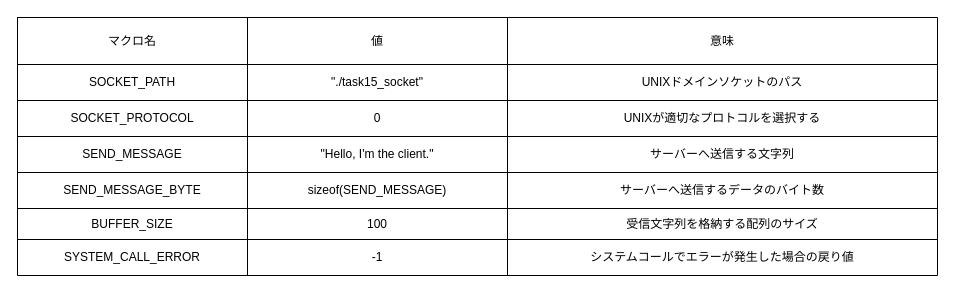
lkq9873/c-training keeps this draw.io diagram as page "外部情報" (2 of 2) of c-advanced/task15_client.drawio. Above is the earlier version. Source tidied: cells renumbered, new cells numbered last; positions are measured from the earlier drawing's top-left corner, leaving out a move shared by most shapes. Both pictures are drawn from the tidied source at 100%, with x=0, y=0 at pixel (17, 17).
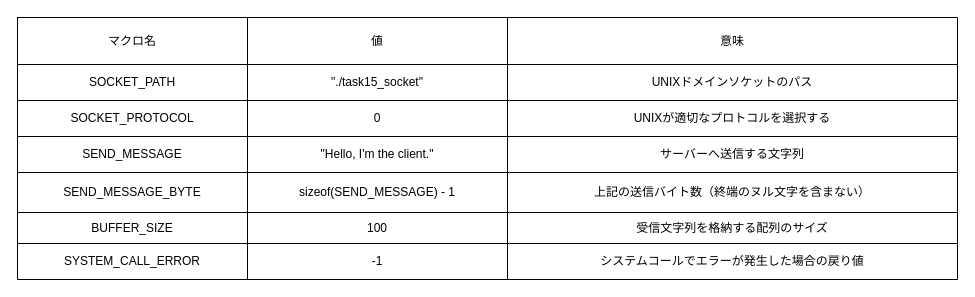
After the change.

What changed in the source:
```diff
@@
-    <mxCell id="0" />
-    <mxCell id="1" parent="0" />
-    <mxCell id="2" style="shape=table;startSize=0;childLayout=tableLayout;" parent="1" vertex="1">
-      <mxGeometry width="920" height="258" as="geometry" />
-    </mxCell>
-    <mxCell id="3" style="shape=tableRow;horizontal=0;startSize=0;swimlaneHead=0;swimlaneBody=0;strokeColor=inherit;top=0;left=0;bottom=0;right=0;fillColor=none;" parent="2" vertex="1">
-      <mxGeometry width="920" height="47" as="geometry" />
-    </mxCell>
+    <mxCell id="31" />
+    <mxCell id="32" parent="31" />
+    <mxCell id="33" style="shape=table;startSize=0;childLayout=tableLayout;" parent="32" vertex="1">
+      <mxGeometry width="940" height="262" as="geometry" />
+    </mxCell>
+    <mxCell id="34" style="shape=tableRow;horizontal=0;startSize=0;swimlaneHead=0;swimlaneBody=0;strokeColor=inherit;top=0;left=0;bottom=0;right=0;fillColor=none;" parent="33" vertex="1">
+      <mxGeometry width="940" height="47" as="geometry" />
+    </mxCell>
-    <mxCell id="4" value="マクロ名" style="shape=partialRectangle;html=1;whiteSpace=wrap;strokeColor=inherit;overflow=hidden;fillColor=none;top=0;left=0;bottom=0;right=0;" parent="3" vertex="1">
+    <mxCell id="4" value="マクロ名" style="shape=partialRectangle;html=1;whiteSpace=wrap;strokeColor=inherit;overflow=hidden;fillColor=none;top=0;left=0;bottom=0;right=0;" parent="34" vertex="1">
       <mxGeometry width="230" height="47" as="geometry" />
     </mxCell>
-    <mxCell id="5" value="値" style="shape=partialRectangle;html=1;whiteSpace=wrap;strokeColor=inherit;overflow=hidden;fillColor=none;top=0;left=0;bottom=0;right=0;" parent="3" vertex="1">
+    <mxCell id="5" value="値" style="shape=partialRectangle;html=1;whiteSpace=wrap;strokeColor=inherit;overflow=hidden;fillColor=none;top=0;left=0;bottom=0;right=0;" parent="34" vertex="1">
       <mxGeometry x="230" width="260" height="47" as="geometry" />
     </mxCell>
-    <mxCell id="6" value="意味" style="shape=partialRectangle;html=1;whiteSpace=wrap;strokeColor=inherit;overflow=hidden;fillColor=none;top=0;left=0;bottom=0;right=0;" parent="3" vertex="1">
-      <mxGeometry x="490" width="430" height="47" as="geometry" />
+    <mxCell id="6" value="意味" style="shape=partialRectangle;html=1;whiteSpace=wrap;strokeColor=inherit;overflow=hidden;fillColor=none;top=0;left=0;bottom=0;right=0;" parent="34" vertex="1">
+      <mxGeometry x="490" width="450" height="47" as="geometry" />
     </mxCell>
-    <mxCell id="7" style="shape=tableRow;horizontal=0;startSize=0;swimlaneHead=0;swimlaneBody=0;strokeColor=inherit;top=0;left=0;bottom=0;right=0;fillColor=none;" parent="2" vertex="1">
-      <mxGeometry y="47" width="920" height="36" as="geometry" />
-    </mxCell>
+    <mxCell id="35" style="shape=tableRow;horizontal=0;startSize=0;swimlaneHead=0;swimlaneBody=0;strokeColor=inherit;top=0;left=0;bottom=0;right=0;fillColor=none;" parent="33" vertex="1">
+      <mxGeometry y="47" width="940" height="36" as="geometry" />
+    </mxCell>
-    <mxCell id="8" value="SOCKET_PATH" style="shape=partialRectangle;html=1;whiteSpace=wrap;strokeColor=inherit;overflow=hidden;fillColor=none;top=0;left=0;bottom=0;right=0;" parent="7" vertex="1">
+    <mxCell id="8" value="SOCKET_PATH" style="shape=partialRectangle;html=1;whiteSpace=wrap;strokeColor=inherit;overflow=hidden;fillColor=none;top=0;left=0;bottom=0;right=0;" parent="35" vertex="1">
       <mxGeometry width="230" height="36" as="geometry" />
     </mxCell>
-    <mxCell id="9" value="&quot;./task15_socket&quot;" style="shape=partialRectangle;html=1;whiteSpace=wrap;strokeColor=inherit;overflow=hidden;fillColor=none;top=0;left=0;bottom=0;right=0;" parent="7" vertex="1">
+    <mxCell id="9" value="&quot;./task15_socket&quot;" style="shape=partialRectangle;html=1;whiteSpace=wrap;strokeColor=inherit;overflow=hidden;fillColor=none;top=0;left=0;bottom=0;right=0;" parent="35" vertex="1">
       <mxGeometry x="230" width="260" height="36" as="geometry" />
     </mxCell>
-    <mxCell id="10" value="UNIXドメインソケットのパス" style="shape=partialRectangle;html=1;whiteSpace=wrap;strokeColor=inherit;overflow=hidden;fillColor=none;top=0;left=0;bottom=0;right=0;" parent="7" vertex="1">
-      <mxGeometry x="490" width="430" height="36" as="geometry" />
+    <mxCell id="10" value="UNIXドメインソケットのパス" style="shape=partialRectangle;html=1;whiteSpace=wrap;strokeColor=inherit;overflow=hidden;fillColor=none;top=0;left=0;bottom=0;right=0;" parent="35" vertex="1">
+      <mxGeometry x="490" width="450" height="36" as="geometry" />
     </mxCell>
-    <mxCell id="11" style="shape=tableRow;horizontal=0;startSize=0;swimlaneHead=0;swimlaneBody=0;strokeColor=inherit;top=0;left=0;bottom=0;right=0;fillColor=none;" parent="2" vertex="1">
-      <mxGeometry y="83" width="920" height="36" as="geometry" />
-    </mxCell>
+    <mxCell id="36" style="shape=tableRow;horizontal=0;startSize=0;swimlaneHead=0;swimlaneBody=0;strokeColor=inherit;top=0;left=0;bottom=0;right=0;fillColor=none;" parent="33" vertex="1">
+      <mxGeometry y="83" width="940" height="36" as="geometry" />
+    </mxCell>
-    <mxCell id="12" value="SOCKET_PROTOCOL" style="shape=partialRectangle;html=1;whiteSpace=wrap;strokeColor=inherit;overflow=hidden;fillColor=none;top=0;left=0;bottom=0;right=0;" parent="11" vertex="1">
+    <mxCell id="12" value="SOCKET_PROTOCOL" style="shape=partialRectangle;html=1;whiteSpace=wrap;strokeColor=inherit;overflow=hidden;fillColor=none;top=0;left=0;bottom=0;right=0;" parent="36" vertex="1">
       <mxGeometry width="230" height="36" as="geometry" />
     </mxCell>
-    <mxCell id="13" value="0" style="shape=partialRectangle;html=1;whiteSpace=wrap;strokeColor=inherit;overflow=hidden;fillColor=none;top=0;left=0;bottom=0;right=0;" parent="11" vertex="1">
+    <mxCell id="13" value="0" style="shape=partialRectangle;html=1;whiteSpace=wrap;strokeColor=inherit;overflow=hidden;fillColor=none;top=0;left=0;bottom=0;right=0;" parent="36" vertex="1">
       <mxGeometry x="230" width="260" height="36" as="geometry" />
     </mxCell>
-    <mxCell id="14" value="UNIXが適切なプロトコルを選択する" style="shape=partialRectangle;html=1;whiteSpace=wrap;strokeColor=inherit;overflow=hidden;fillColor=none;top=0;left=0;bottom=0;right=0;" parent="11" vertex="1">
-      <mxGeometry x="490" width="430" height="36" as="geometry" />
+    <mxCell id="14" value="UNIXが適切なプロトコルを選択する" style="shape=partialRectangle;html=1;whiteSpace=wrap;strokeColor=inherit;overflow=hidden;fillColor=none;top=0;left=0;bottom=0;right=0;" parent="36" vertex="1">
+      <mxGeometry x="490" width="450" height="36" as="geometry" />
     </mxCell>
-    <mxCell id="15" style="shape=tableRow;horizontal=0;startSize=0;swimlaneHead=0;swimlaneBody=0;strokeColor=inherit;top=0;left=0;bottom=0;right=0;fillColor=none;" parent="2" vertex="1">
-      <mxGeometry y="119" width="920" height="36" as="geometry" />
-    </mxCell>
+    <mxCell id="37" style="shape=tableRow;horizontal=0;startSize=0;swimlaneHead=0;swimlaneBody=0;strokeColor=inherit;top=0;left=0;bottom=0;right=0;fillColor=none;" parent="33" vertex="1">
+      <mxGeometry y="119" width="940" height="36" as="geometry" />
+    </mxCell>
-    <mxCell id="16" value="SEND_MESSAGE" style="shape=partialRectangle;html=1;whiteSpace=wrap;strokeColor=inherit;overflow=hidden;fillColor=none;top=0;left=0;bottom=0;right=0;" parent="15" vertex="1">
+    <mxCell id="16" value="SEND_MESSAGE" style="shape=partialRectangle;html=1;whiteSpace=wrap;strokeColor=inherit;overflow=hidden;fillColor=none;top=0;left=0;bottom=0;right=0;" parent="37" vertex="1">
       <mxGeometry width="230" height="36" as="geometry" />
     </mxCell>
-    <mxCell id="17" value="&quot;Hello, I'm the client.&quot;" style="shape=partialRectangle;html=1;whiteSpace=wrap;strokeColor=inherit;overflow=hidden;fillColor=none;top=0;left=0;bottom=0;right=0;" parent="15" vertex="1">
+    <mxCell id="17" value="&quot;Hello, I'm the client.&quot;" style="shape=partialRectangle;html=1;whiteSpace=wrap;strokeColor=inherit;overflow=hidden;fillColor=none;top=0;left=0;bottom=0;right=0;" parent="37" vertex="1">
       <mxGeometry x="230" width="260" height="36" as="geometry" />
     </mxCell>
-    <mxCell id="18" value="サーバーへ送信する文字列" style="shape=partialRectangle;html=1;whiteSpace=wrap;strokeColor=inherit;overflow=hidden;fillColor=none;top=0;left=0;bottom=0;right=0;" parent="15" vertex="1">
-      <mxGeometry x="490" width="430" height="36" as="geometry" />
+    <mxCell id="18" value="サーバーへ送信する文字列" style="shape=partialRectangle;html=1;whiteSpace=wrap;strokeColor=inherit;overflow=hidden;fillColor=none;top=0;left=0;bottom=0;right=0;" parent="37" vertex="1">
+      <mxGeometry x="490" width="450" height="36" as="geometry" />
     </mxCell>
-    <mxCell id="19" style="shape=tableRow;horizontal=0;startSize=0;swimlaneHead=0;swimlaneBody=0;strokeColor=inherit;top=0;left=0;bottom=0;right=0;fillColor=none;" parent="2" vertex="1">
-      <mxGeometry y="155" width="920" height="36" as="geometry" />
-    </mxCell>
+    <mxCell id="38" style="shape=tableRow;horizontal=0;startSize=0;swimlaneHead=0;swimlaneBody=0;strokeColor=inherit;top=0;left=0;bottom=0;right=0;fillColor=none;" parent="33" vertex="1">
+      <mxGeometry y="155" width="940" height="40" as="geometry" />
+    </mxCell>
-    <mxCell id="20" value="SEND_MESSAGE_BYTE" style="shape=partialRectangle;html=1;whiteSpace=wrap;strokeColor=inherit;overflow=hidden;fillColor=none;top=0;left=0;bottom=0;right=0;" parent="19" vertex="1">
-      <mxGeometry width="230" height="36" as="geometry" />
+    <mxCell id="20" value="SEND_MESSAGE_BYTE" style="shape=partialRectangle;html=1;whiteSpace=wrap;strokeColor=inherit;overflow=hidden;fillColor=none;top=0;left=0;bottom=0;right=0;" parent="38" vertex="1">
+      <mxGeometry width="230" height="40" as="geometry" />
     </mxCell>
-    <mxCell id="21" value="sizeof(SEND_MESSAGE)" style="shape=partialRectangle;html=1;whiteSpace=wrap;strokeColor=inherit;overflow=hidden;fillColor=none;top=0;left=0;bottom=0;right=0;" parent="19" vertex="1">
-      <mxGeometry x="230" width="260" height="36" as="geometry" />
-    </mxCell>
-    <mxCell id="22" value="サーバーへ送信するデータのバイト数" style="shape=partialRectangle;html=1;whiteSpace=wrap;strokeColor=inherit;overflow=hidden;fillColor=none;top=0;left=0;bottom=0;right=0;" parent="19" vertex="1">
-      <mxGeometry x="490" width="430" height="36" as="geometry" />
-    </mxCell>
-    <mxCell id="23" style="shape=tableRow;horizontal=0;startSize=0;swimlaneHead=0;swimlaneBody=0;strokeColor=inherit;top=0;left=0;bottom=0;right=0;fillColor=none;" parent="2" vertex="1">
-      <mxGeometry y="191" width="920" height="31" as="geometry" />
-    </mxCell>
+    <mxCell id="39" value="sizeof(SEND_MESSAGE) - 1" style="shape=partialRectangle;html=1;whiteSpace=wrap;strokeColor=inherit;overflow=hidden;fillColor=none;top=0;left=0;bottom=0;right=0;" parent="38" vertex="1">
+      <mxGeometry x="230" width="260" height="40" as="geometry" />
+    </mxCell>
+    <mxCell id="40" value="上記の送信バイト数（終端のヌル文字を含まない）" style="shape=partialRectangle;html=1;whiteSpace=wrap;strokeColor=inherit;overflow=hidden;fillColor=none;top=0;left=0;bottom=0;right=0;" parent="38" vertex="1">
+      <mxGeometry x="490" width="450" height="40" as="geometry" />
+    </mxCell>
+    <mxCell id="41" style="shape=tableRow;horizontal=0;startSize=0;swimlaneHead=0;swimlaneBody=0;strokeColor=inherit;top=0;left=0;bottom=0;right=0;fillColor=none;" parent="33" vertex="1">
+      <mxGeometry y="195" width="940" height="31" as="geometry" />
+    </mxCell>
-    <mxCell id="24" value="BUFFER_SIZE" style="shape=partialRectangle;html=1;whiteSpace=wrap;strokeColor=inherit;overflow=hidden;fillColor=none;top=0;left=0;bottom=0;right=0;" parent="23" vertex="1">
+    <mxCell id="24" value="BUFFER_SIZE" style="shape=partialRectangle;html=1;whiteSpace=wrap;strokeColor=inherit;overflow=hidden;fillColor=none;top=0;left=0;bottom=0;right=0;" parent="41" vertex="1">
       <mxGeometry width="230" height="31" as="geometry" />
     </mxCell>
-    <mxCell id="25" value="100" style="shape=partialRectangle;html=1;whiteSpace=wrap;strokeColor=inherit;overflow=hidden;fillColor=none;top=0;left=0;bottom=0;right=0;" parent="23" vertex="1">
+    <mxCell id="25" value="100" style="shape=partialRectangle;html=1;whiteSpace=wrap;strokeColor=inherit;overflow=hidden;fillColor=none;top=0;left=0;bottom=0;right=0;" parent="41" vertex="1">
       <mxGeometry x="230" width="260" height="31" as="geometry" />
     </mxCell>
-    <mxCell id="26" value="受信文字列を格納する配列のサイズ" style="shape=partialRectangle;html=1;whiteSpace=wrap;strokeColor=inherit;overflow=hidden;fillColor=none;top=0;left=0;bottom=0;right=0;" parent="23" vertex="1">
-      <mxGeometry x="490" width="430" height="31" as="geometry" />
+    <mxCell id="26" value="受信文字列を格納する配列のサイズ" style="shape=partialRectangle;html=1;whiteSpace=wrap;strokeColor=inherit;overflow=hidden;fillColor=none;top=0;left=0;bottom=0;right=0;" parent="41" vertex="1">
+      <mxGeometry x="490" width="450" height="31" as="geometry" />
     </mxCell>
-    <mxCell id="27" style="shape=tableRow;horizontal=0;startSize=0;swimlaneHead=0;swimlaneBody=0;strokeColor=inherit;top=0;left=0;bottom=0;right=0;fillColor=none;" parent="2" vertex="1">
-      <mxGeometry y="222" width="920" height="36" as="geometry" />
-    </mxCell>
+    <mxCell id="42" style="shape=tableRow;horizontal=0;startSize=0;swimlaneHead=0;swimlaneBody=0;strokeColor=inherit;top=0;left=0;bottom=0;right=0;fillColor=none;" parent="33" vertex="1">
+      <mxGeometry y="226" width="940" height="36" as="geometry" />
+    </mxCell>
-    <mxCell id="28" value="SYSTEM_CALL_ERROR" style="shape=partialRectangle;html=1;whiteSpace=wrap;strokeColor=inherit;overflow=hidden;fillColor=none;top=0;left=0;bottom=0;right=0;" parent="27" vertex="1">
+    <mxCell id="28" value="SYSTEM_CALL_ERROR" style="shape=partialRectangle;html=1;whiteSpace=wrap;strokeColor=inherit;overflow=hidden;fillColor=none;top=0;left=0;bottom=0;right=0;" parent="42" vertex="1">
       <mxGeometry width="230" height="36" as="geometry" />
     </mxCell>
-    <mxCell id="29" value="-1" style="shape=partialRectangle;html=1;whiteSpace=wrap;strokeColor=inherit;overflow=hidden;fillColor=none;top=0;left=0;bottom=0;right=0;" parent="27" vertex="1">
+    <mxCell id="29" value="-1" style="shape=partialRectangle;html=1;whiteSpace=wrap;strokeColor=inherit;overflow=hidden;fillColor=none;top=0;left=0;bottom=0;right=0;" parent="42" vertex="1">
       <mxGeometry x="230" width="260" height="36" as="geometry" />
     </mxCell>
-    <mxCell id="30" value="システムコールでエラーが発生した場合の戻り値" style="shape=partialRectangle;html=1;whiteSpace=wrap;strokeColor=inherit;overflow=hidden;fillColor=none;top=0;left=0;bottom=0;right=0;" parent="27" vertex="1">
-      <mxGeometry x="490" width="430" height="36" as="geometry" />
+    <mxCell id="30" value="システムコールでエラーが発生した場合の戻り値" style="shape=partialRectangle;html=1;whiteSpace=wrap;strokeColor=inherit;overflow=hidden;fillColor=none;top=0;left=0;bottom=0;right=0;" parent="42" vertex="1">
+      <mxGeometry x="490" width="450" height="36" as="geometry" />
     </mxCell>
```
